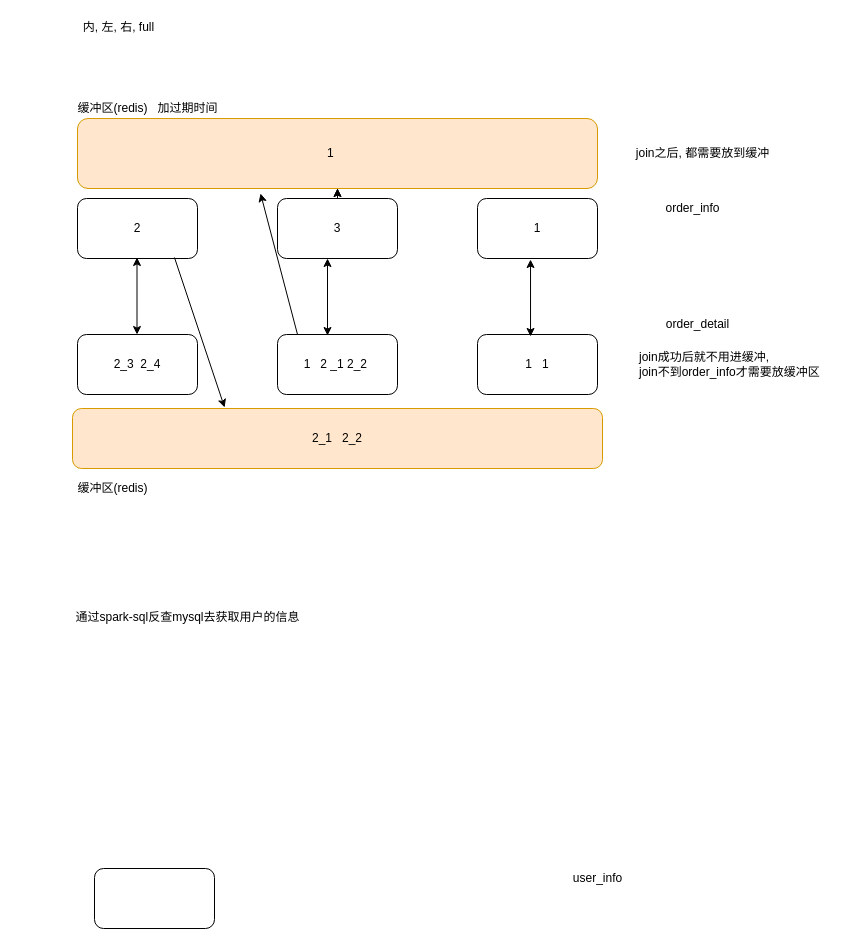
This is page "双流join" (10 of 10) of node/图示.drawio from zhenchao125/gmall1015, a draw.io file, before an edit. Source tidied: cells renumbered, new cells numbered last; positions are measured from the earlier drawing's top-left corner, leaving out a move shared by most shapes. Both pictures are drawn from the tidied source at 100%, with x=0, y=0 at pixel (67, 17).
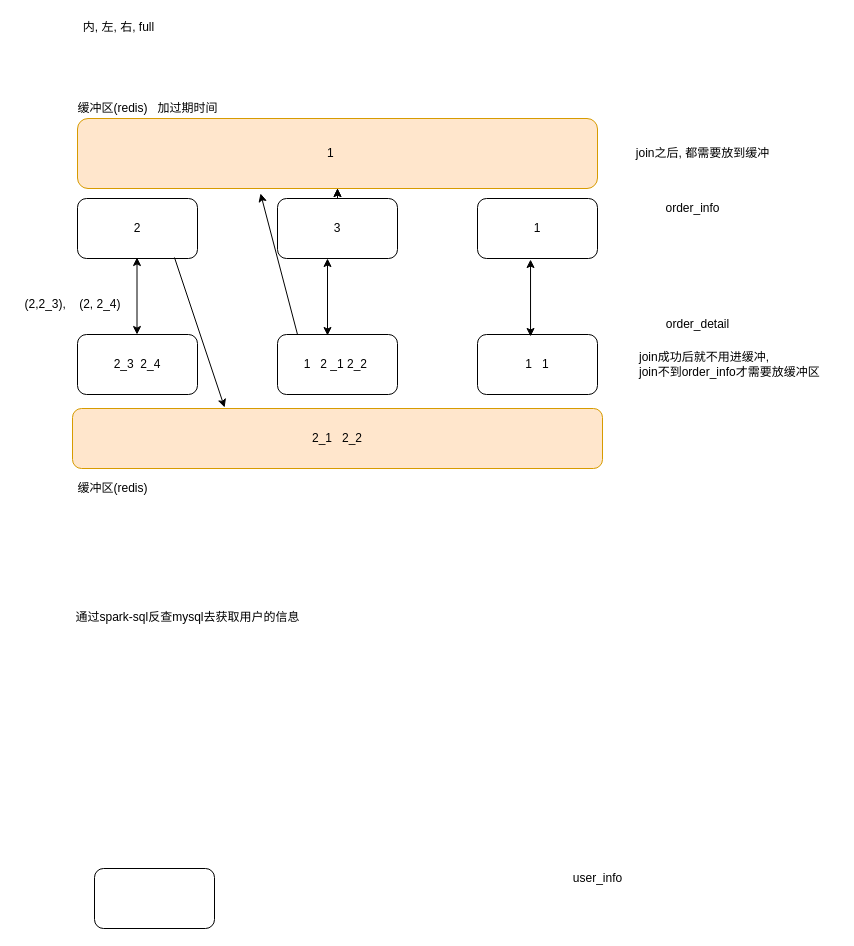
Above is the later version.

Change to the diagram source:
```diff
@@
+    <mxCell id="27" value="(2,2_3),&amp;nbsp; &amp;nbsp; (2, 2_4)" style="text;html=1;align=center;verticalAlign=middle;" parent="1" vertex="1">
+      <mxGeometry x="-50" y="277" width="110" height="20" as="geometry" />
+    </mxCell>
```
